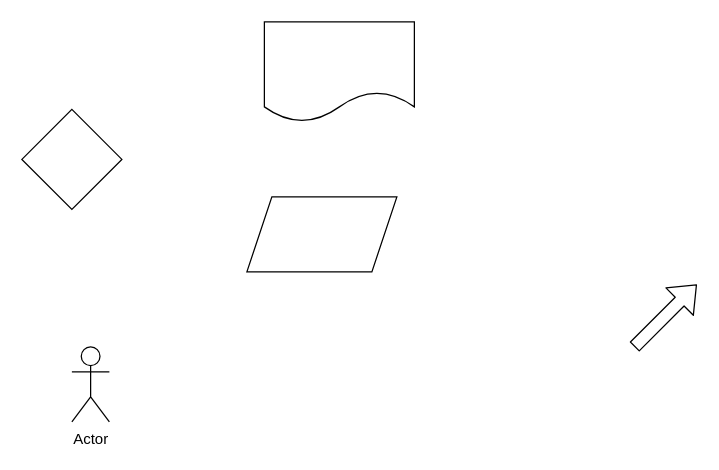
This is Untitled Diagram.drawio from kostya13/example, a draw.io file, before an edit. Source tidied: cells renumbered, new cells numbered last; positions are measured from the earlier drawing's top-left corner, leaving out a move shared by most shapes. Both pictures are drawn from the tidied source at 125%, with x=0, y=0 at pixel (21, 21).
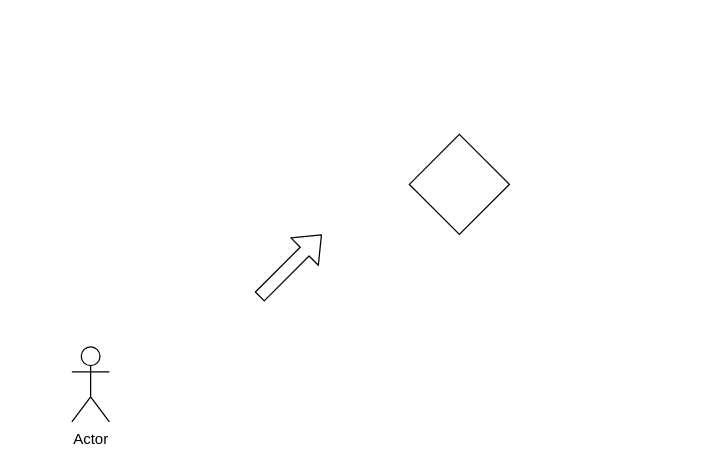
After the change.

Change to the diagram source:
```diff
@@
 <mxGraphModel>
   <root>
     <mxCell id="0" />
     <mxCell id="1" parent="0" />
-    <mxCell id="2" style="shape=parallelogram;perimeter=parallelogramPerimeter;whiteSpace=wrap;html=1;fixedSize=1;" parent="1" vertex="1">
-      <mxGeometry x="180" y="140" width="120" height="60" as="geometry" />
-    </mxCell>
     <mxCell id="3" style="rhombus;whiteSpace=wrap;html=1;" parent="1" vertex="1">
-      <mxGeometry y="70" width="80" height="80" as="geometry" />
+      <mxGeometry x="310" y="90" width="80" height="80" as="geometry" />
     </mxCell>
-    <mxCell id="4" style="shape=document;whiteSpace=wrap;html=1;boundedLbl=1;" parent="1" vertex="1">
-      <mxGeometry x="194" width="120" height="80" as="geometry" />
-    </mxCell>
     <mxCell id="5" style="shape=flexArrow;endArrow=classic;html=1;" parent="1" edge="1">
       <mxGeometry relative="1" as="geometry">
-        <mxPoint x="490" y="260" as="sourcePoint" />
-        <mxPoint x="540" y="210" as="targetPoint" />
+        <mxPoint x="190" y="220" as="sourcePoint" />
+        <mxPoint x="240" y="170" as="targetPoint" />
       </mxGeometry>
     </mxCell>
     <mxCell id="6" value="Actor" style="shape=umlActor;verticalLabelPosition=bottom;verticalAlign=top;html=1;" parent="1" vertex="1">
       <mxGeometry x="40" y="260" width="30" height="60" as="geometry" />
     </mxCell>
   </root>
 </mxGraphModel>
```
